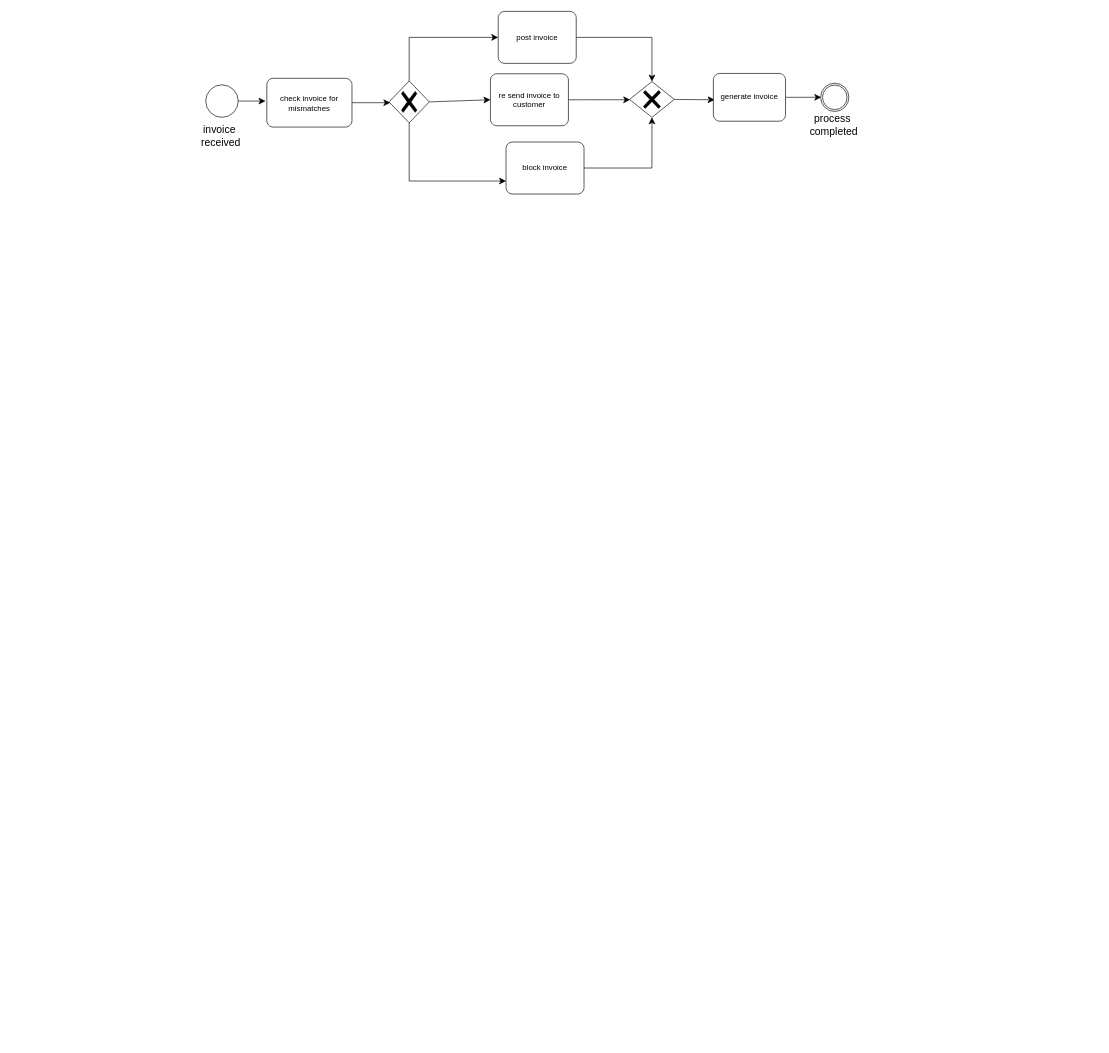
The draw.io diagram Untitled Diagram.drawio in nadu-03/C-lab-practical-29948, before the edit. Source tidied: cells renumbered, new cells numbered last; positions are measured from the earlier drawing's top-left corner, leaving out a move shared by most shapes. Both pictures are drawn from the tidied source at 65%, with x=0, y=0 at pixel (195, 11).
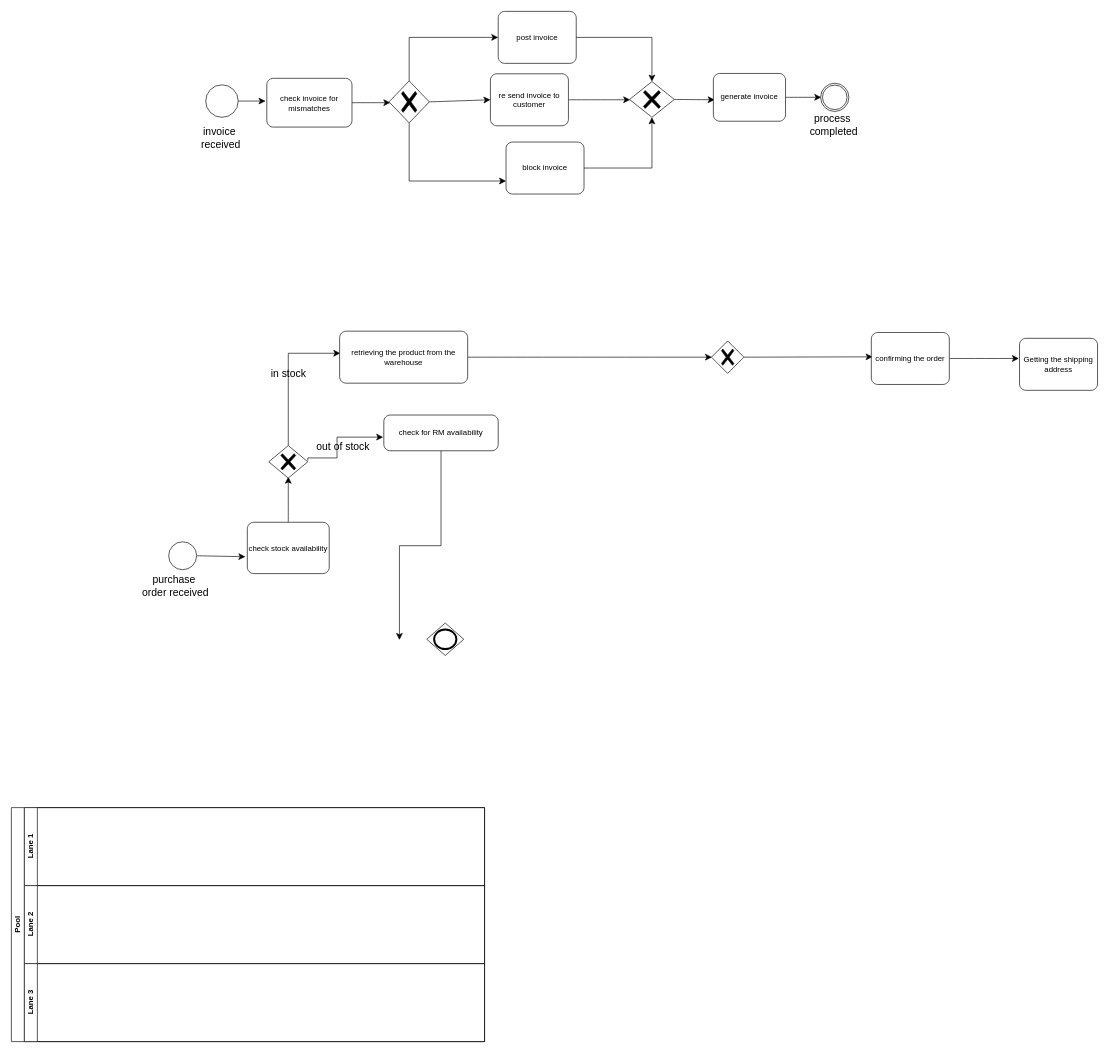
After the change.

Diff of the diagram source:
```diff
@@
     <mxCell id="4" value="invoice&amp;nbsp;&lt;div&gt;received&lt;/div&gt;" style="text;html=1;align=center;verticalAlign=middle;strokeColor=none;fillColor=none;fontSize=16;" parent="1" vertex="1">
-      <mxGeometry y="166" width="78" height="50" as="geometry" />
+      <mxGeometry y="169" width="78" height="50" as="geometry" />
     </mxCell>
@@
+    <mxCell id="23" style="edgeStyle=none;curved=1;rounded=0;jettySize=auto;html=1;exitX=1;exitY=0.5;exitDx=0;exitDy=0;exitPerimeter=0;fontSize=12;startSize=8;endSize=8;entryX=-0.024;entryY=0.671;entryDx=0;entryDy=0;entryPerimeter=0;" parent="1" edge="1" source="24" target="26">
+      <mxGeometry relative="1" as="geometry" />
+    </mxCell>
+    <mxCell id="24" style="points=[[0.145,0.145,0],[0.5,0,0],[0.855,0.145,0],[1,0.5,0],[0.855,0.855,0],[0.5,1,0],[0.145,0.855,0],[0,0.5,0]];shape=mxgraph.bpmn.event;html=1;verticalLabelPosition=bottom;labelBackgroundColor=#ffffff;verticalAlign=top;align=center;perimeter=ellipsePerimeter;outlineConnect=0;outline=standard;symbol=general;" parent="1" vertex="1">
+      <mxGeometry x="-41" y="816" width="43" height="43" as="geometry" />
+    </mxCell>
+    <mxCell id="25" style="edgeStyle=none;curved=1;rounded=0;jettySize=auto;html=1;exitX=0.5;exitY=0;exitDx=0;exitDy=0;exitPerimeter=0;fontSize=12;startSize=8;endSize=8;" parent="1" edge="1" source="26">
+      <mxGeometry relative="1" as="geometry">
+        <mxPoint x="143" y="716" as="targetPoint" />
+      </mxGeometry>
+    </mxCell>
+    <mxCell id="26" value="check stock availability" style="points=[[0.25,0,0],[0.5,0,0],[0.75,0,0],[1,0.25,0],[1,0.5,0],[1,0.75,0],[0.75,1,0],[0.5,1,0],[0.25,1,0],[0,0.75,0],[0,0.5,0],[0,0.25,0]];shape=mxgraph.bpmn.task;whiteSpace=wrap;rectStyle=rounded;size=10;html=1;taskMarker=abstract;" parent="1" vertex="1">
+      <mxGeometry x="80" y="786" width="126" height="79" as="geometry" />
+    </mxCell>
+    <mxCell id="27" value="purchase&lt;div&gt;&amp;nbsp;order received&lt;/div&gt;" style="text;html=1;align=center;verticalAlign=middle;strokeColor=none;fillColor=none;fontSize=16;" parent="1" vertex="1">
+      <mxGeometry x="-96" y="859" width="125" height="50" as="geometry" />
+    </mxCell>
+    <mxCell id="28" style="edgeStyle=orthogonalEdgeStyle;rounded=0;orthogonalLoop=1;jettySize=auto;html=1;exitX=0.5;exitY=0;exitDx=0;exitDy=0;exitPerimeter=0;fontSize=12;startSize=8;endSize=8;" parent="1" edge="1">
+      <mxGeometry relative="1" as="geometry">
+        <mxPoint x="173" y="691" as="sourcePoint" />
+        <mxPoint x="289" y="655" as="targetPoint" />
+        <Array as="points">
+          <mxPoint x="173" y="687" />
+          <mxPoint x="218" y="687" />
+        </Array>
+      </mxGeometry>
+    </mxCell>
+    <mxCell id="29" style="edgeStyle=elbowEdgeStyle;rounded=0;jettySize=auto;html=1;exitX=0.5;exitY=0;exitDx=0;exitDy=0;exitPerimeter=0;fontSize=12;startSize=8;endSize=8;elbow=vertical;" parent="1" edge="1" source="30">
+      <mxGeometry relative="1" as="geometry">
+        <mxPoint x="223" y="526" as="targetPoint" />
+        <Array as="points">
+          <mxPoint x="154" y="526" />
+        </Array>
+      </mxGeometry>
+    </mxCell>
+    <mxCell id="30" style="points=[[0.25,0.25,0],[0.5,0,0],[0.75,0.25,0],[1,0.5,0],[0.75,0.75,0],[0.5,1,0],[0.25,0.75,0],[0,0.5,0]];shape=mxgraph.bpmn.gateway2;html=1;verticalLabelPosition=bottom;labelBackgroundColor=#ffffff;verticalAlign=top;align=center;perimeter=rhombusPerimeter;outlineConnect=0;outline=none;symbol=none;gwType=exclusive;" parent="1" vertex="1">
+      <mxGeometry x="113" y="668" width="60" height="50" as="geometry" />
+    </mxCell>
+    <mxCell id="31" value="out of stock&lt;div&gt;&lt;br&gt;&lt;/div&gt;" style="text;html=1;align=center;verticalAlign=middle;strokeColor=none;fillColor=none;fontSize=16;" parent="1" vertex="1">
+      <mxGeometry x="177" y="654" width="100" height="50" as="geometry" />
+    </mxCell>
+    <mxCell id="32" style="rounded=0;jettySize=auto;html=1;exitX=0.5;exitY=1;exitDx=0;exitDy=0;exitPerimeter=0;fontSize=12;startSize=8;endSize=8;edgeStyle=elbowEdgeStyle;elbow=vertical;" parent="1" edge="1" source="33">
+      <mxGeometry relative="1" as="geometry">
+        <mxPoint x="314" y="967" as="targetPoint" />
+      </mxGeometry>
+    </mxCell>
+    <mxCell id="33" value="check for RM availability" style="points=[[0.25,0,0],[0.5,0,0],[0.75,0,0],[1,0.25,0],[1,0.5,0],[1,0.75,0],[0.75,1,0],[0.5,1,0],[0.25,1,0],[0,0.75,0],[0,0.5,0],[0,0.25,0]];shape=mxgraph.bpmn.task;whiteSpace=wrap;rectStyle=rounded;size=10;html=1;taskMarker=abstract;" parent="1" vertex="1">
+      <mxGeometry x="290" y="621" width="176" height="55" as="geometry" />
+    </mxCell>
+    <mxCell id="34" style="edgeStyle=none;curved=1;rounded=0;jettySize=auto;html=1;fontSize=12;startSize=8;endSize=8;" parent="1" edge="1" source="35">
+      <mxGeometry relative="1" as="geometry">
+        <mxPoint x="794.9" y="532" as="targetPoint" />
+      </mxGeometry>
+    </mxCell>
+    <mxCell id="35" value="retrieving the product from the warehouse" style="points=[[0.25,0,0],[0.5,0,0],[0.75,0,0],[1,0.25,0],[1,0.5,0],[1,0.75,0],[0.75,1,0],[0.5,1,0],[0.25,1,0],[0,0.75,0],[0,0.5,0],[0,0.25,0]];shape=mxgraph.bpmn.task;whiteSpace=wrap;rectStyle=rounded;size=10;html=1;taskMarker=abstract;" parent="1" vertex="1">
+      <mxGeometry x="222" y="492" width="197" height="80" as="geometry" />
+    </mxCell>
+    <mxCell id="36" style="edgeStyle=none;curved=1;rounded=0;jettySize=auto;html=1;exitX=1;exitY=0.5;exitDx=0;exitDy=0;exitPerimeter=0;fontSize=12;startSize=8;endSize=8;" parent="1" edge="1" source="37">
+      <mxGeometry relative="1" as="geometry">
+        <mxPoint x="1042" y="531.5" as="targetPoint" />
+      </mxGeometry>
+    </mxCell>
+    <mxCell id="37" style="points=[[0.25,0.25,0],[0.5,0,0],[0.75,0.25,0],[1,0.5,0],[0.75,0.75,0],[0.5,1,0],[0.25,0.75,0],[0,0.5,0]];shape=mxgraph.bpmn.gateway2;html=1;verticalLabelPosition=bottom;labelBackgroundColor=#ffffff;verticalAlign=top;align=center;perimeter=rhombusPerimeter;outlineConnect=0;outline=none;symbol=none;gwType=exclusive;" parent="1" vertex="1">
+      <mxGeometry x="794" y="507" width="50" height="50" as="geometry" />
+    </mxCell>
+    <mxCell id="38" style="edgeStyle=none;curved=1;rounded=0;jettySize=auto;html=1;fontSize=12;startSize=8;endSize=8;" parent="1" edge="1" source="39">
+      <mxGeometry relative="1" as="geometry">
+        <mxPoint x="1267" y="534" as="targetPoint" />
+      </mxGeometry>
+    </mxCell>
+    <mxCell id="39" value="confirming the order" style="points=[[0.25,0,0],[0.5,0,0],[0.75,0,0],[1,0.25,0],[1,0.5,0],[1,0.75,0],[0.75,1,0],[0.5,1,0],[0.25,1,0],[0,0.75,0],[0,0.5,0],[0,0.25,0]];shape=mxgraph.bpmn.task;whiteSpace=wrap;rectStyle=rounded;size=10;html=1;taskMarker=abstract;" parent="1" vertex="1">
+      <mxGeometry x="1040" y="494" width="120" height="80" as="geometry" />
+    </mxCell>
+    <mxCell id="40" value="Getting the shipping address" style="shape=mxgraph.bpmn.task;whiteSpace=wrap;rectStyle=rounded;size=10;html=1;taskMarker=abstract;" parent="1" vertex="1">
+      <mxGeometry x="1268" y="503" width="120" height="80" as="geometry" />
+    </mxCell>
+    <mxCell id="41" value="in stock" style="text;html=1;align=center;verticalAlign=middle;strokeColor=none;fillColor=none;fontSize=16;" parent="1" vertex="1">
+      <mxGeometry x="107" y="541" width="72" height="31" as="geometry" />
+    </mxCell>
+    <mxCell id="42" style="shape=mxgraph.bpmn.gateway2;html=1;verticalLabelPosition=bottom;labelBackgroundColor=#ffffff;verticalAlign=top;align=center;perimeter=rhombusPerimeter;outline=end;symbol=general;" parent="1" vertex="1">
+      <mxGeometry x="356" y="941" width="57" height="50" as="geometry" />
+    </mxCell>
+    <mxCell id="43" value="Pool" style="swimlane;html=1;horizontal=0;startSize=20;whiteSpace=wrap;" parent="1" vertex="1">
+      <mxGeometry x="-283" y="1225" width="728" height="360" as="geometry" />
+    </mxCell>
+    <mxCell id="44" value="Lane 1" style="swimlane;html=1;startSize=20;horizontal=0;" parent="43" vertex="1">
+      <mxGeometry x="20" width="708" height="120" as="geometry" />
+    </mxCell>
+    <mxCell id="45" value="Lane 2" style="swimlane;html=1;startSize=20;horizontal=0;" parent="43" vertex="1">
+      <mxGeometry x="20" y="120" width="708" height="120" as="geometry" />
+    </mxCell>
+    <mxCell id="46" value="Lane 3" style="swimlane;html=1;startSize=20;horizontal=0;" parent="43" vertex="1">
+      <mxGeometry x="20" y="240" width="708" height="120" as="geometry" />
+    </mxCell>
```
